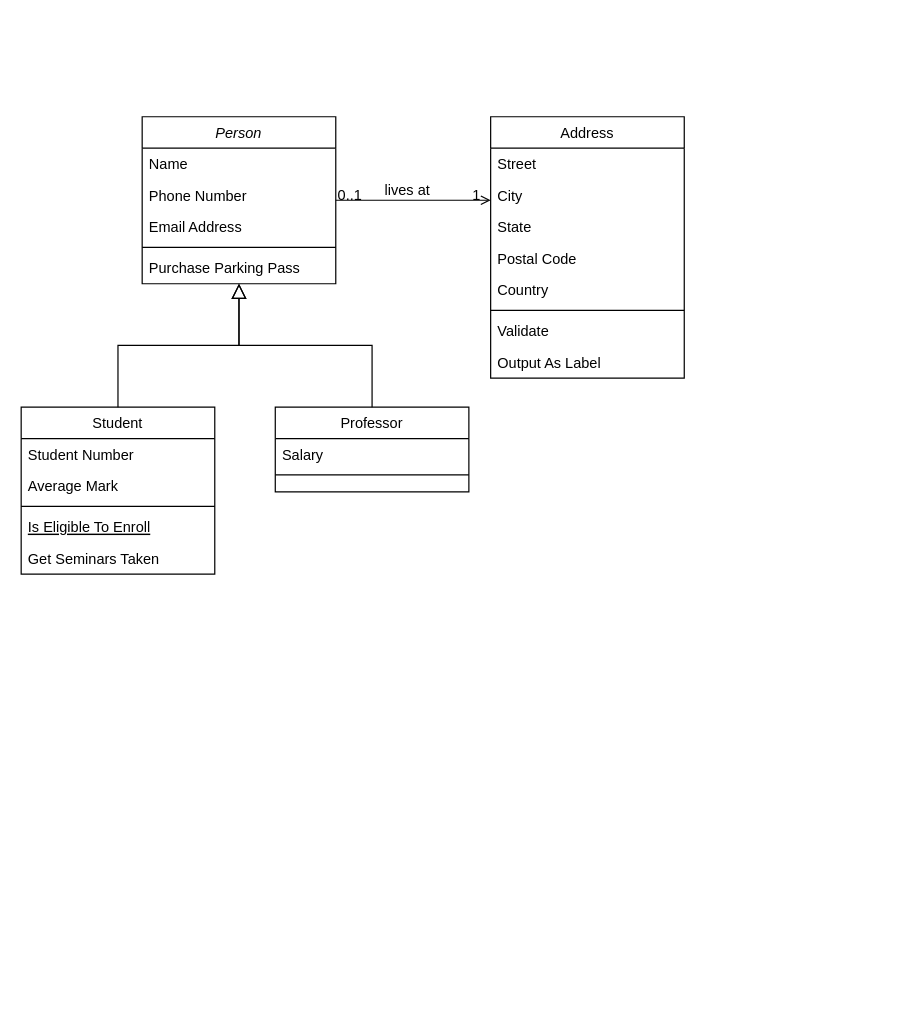
Above: class-diagram-perpus-digital.drawio in ptbubblegum/perpus_digital (draw.io), before the change. Source tidied: cells renumbered, new cells numbered last; positions are measured from the earlier drawing's top-left corner, leaving out a move shared by most shapes. Both pictures are drawn from the tidied source at 121%, with x=0, y=0 at pixel (21, 116).
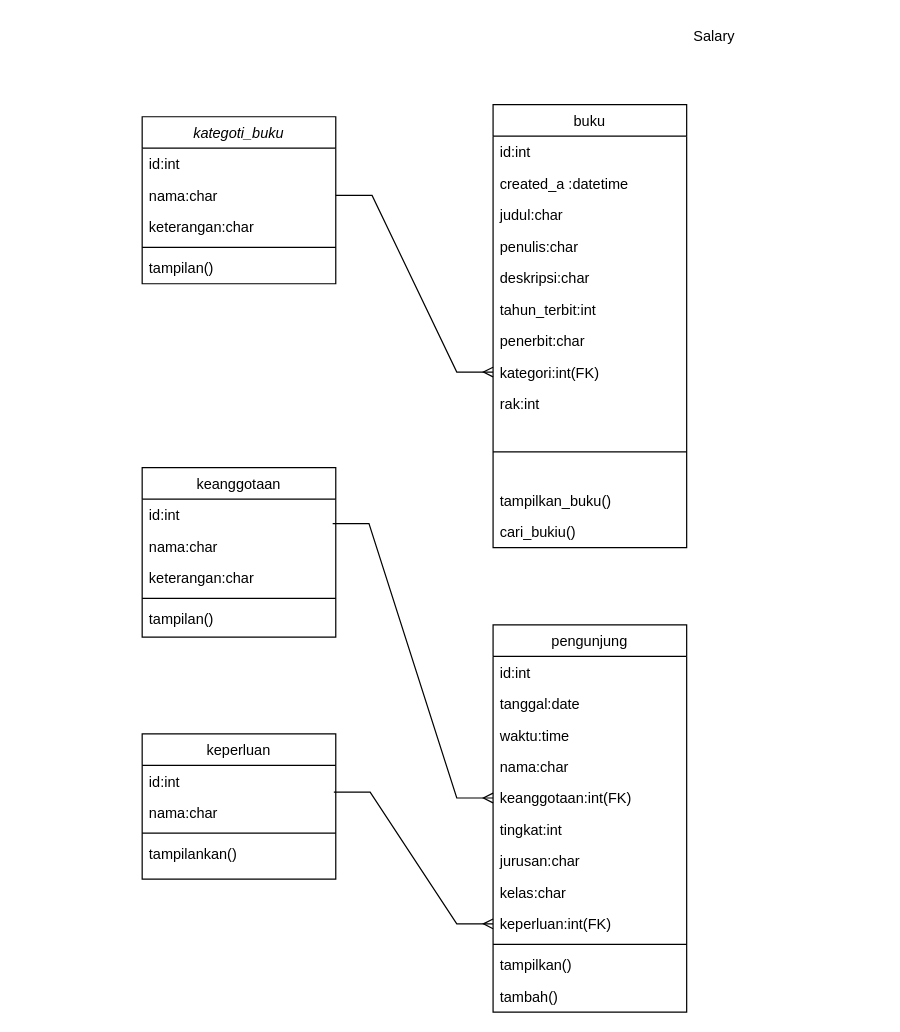
Above is the later version.

What changed in the source:
```diff
@@
-    <mxCell id="2" value="Person" style="swimlane;fontStyle=2;align=center;verticalAlign=top;horizontal=1;startSize=26;rounded=0;shadow=0;strokeWidth=1;" parent="1" vertex="1">
+    <mxCell id="2" value="kategoti_buku" style="swimlane;fontStyle=2;align=center;verticalAlign=top;horizontal=1;startSize=26;rounded=0;shadow=0;strokeWidth=1;" parent="1" vertex="1">
       <mxGeometry x="100" width="160" height="138" as="geometry" />
     </mxCell>
-    <mxCell id="3" value="Name" style="text;align=left;verticalAlign=top;spacingLeft=4;spacingRight=4;overflow=hidden;" parent="2" vertex="1">
+    <mxCell id="3" value="id:int" style="text;align=left;verticalAlign=top;spacingLeft=4;spacingRight=4;overflow=hidden;" parent="2" vertex="1">
       <mxGeometry y="26" width="160" height="26" as="geometry" />
     </mxCell>
-    <mxCell id="4" value="Phone Number" style="text;align=left;verticalAlign=top;spacingLeft=4;spacingRight=4;overflow=hidden;points=[[0,0.5],[1,0.5]];portConstraint=eastwest;rounded=0;shadow=0;html=0;" parent="2" vertex="1">
+    <mxCell id="4" value="nama:char" style="text;align=left;verticalAlign=top;spacingLeft=4;spacingRight=4;overflow=hidden;points=[[0,0.5],[1,0.5]];portConstraint=eastwest;rounded=0;shadow=0;html=0;" parent="2" vertex="1">
       <mxGeometry y="52" width="160" height="26" as="geometry" />
     </mxCell>
-    <mxCell id="5" value="Email Address" style="text;align=left;verticalAlign=top;spacingLeft=4;spacingRight=4;overflow=hidden;rounded=0;shadow=0;html=0;" parent="2" vertex="1">
+    <mxCell id="5" value="keterangan:char" style="text;align=left;verticalAlign=top;spacingLeft=4;spacingRight=4;overflow=hidden;rounded=0;shadow=0;html=0;" parent="2" vertex="1">
       <mxGeometry y="78" width="160" height="26" as="geometry" />
     </mxCell>
@@
-    <mxCell id="7" value="Purchase Parking Pass" style="text;align=left;verticalAlign=top;spacingLeft=4;spacingRight=4;overflow=hidden;" parent="2" vertex="1">
+    <mxCell id="7" value="tampilan()" style="text;align=left;verticalAlign=top;spacingLeft=4;spacingRight=4;overflow=hidden;" parent="2" vertex="1">
       <mxGeometry y="112" width="160" height="26" as="geometry" />
     </mxCell>
-    <mxCell id="8" value="Student" style="swimlane;fontStyle=0;align=center;verticalAlign=top;horizontal=1;startSize=26;rounded=0;shadow=0;strokeWidth=1;" parent="1" vertex="1">
-      <mxGeometry y="240" width="160" height="138" as="geometry" />
+    <mxCell id="8" value="keanggotaan" style="swimlane;fontStyle=0;align=center;verticalAlign=top;horizontal=1;startSize=26;rounded=0;shadow=0;strokeWidth=1;" parent="1" vertex="1">
+      <mxGeometry x="100" y="290" width="160" height="140" as="geometry" />
     </mxCell>
-    <mxCell id="9" value="Student Number" style="text;align=left;verticalAlign=top;spacingLeft=4;spacingRight=4;overflow=hidden;" parent="8" vertex="1">
-      <mxGeometry y="26" width="160" height="26" as="geometry" />
-    </mxCell>
-    <mxCell id="10" value="Average Mark" style="text;align=left;verticalAlign=top;spacingLeft=4;spacingRight=4;overflow=hidden;rounded=0;shadow=0;html=0;" parent="8" vertex="1">
-      <mxGeometry y="52" width="160" height="26" as="geometry" />
-    </mxCell>
+    <mxCell id="32" value="id:int" style="text;align=left;verticalAlign=top;spacingLeft=4;spacingRight=4;overflow=hidden;" parent="8" vertex="1">
+      <mxGeometry y="26" width="160" height="26" as="geometry" />
+    </mxCell>
+    <mxCell id="33" value="nama:char" style="text;align=left;verticalAlign=top;spacingLeft=4;spacingRight=4;overflow=hidden;points=[[0,0.5],[1,0.5]];portConstraint=eastwest;rounded=0;shadow=0;html=0;" parent="8" vertex="1">
+      <mxGeometry y="52" width="160" height="26" as="geometry" />
+    </mxCell>
+    <mxCell id="34" value="keterangan:char" style="text;align=left;verticalAlign=top;spacingLeft=4;spacingRight=4;overflow=hidden;rounded=0;shadow=0;html=0;" parent="8" vertex="1">
+      <mxGeometry y="78" width="160" height="26" as="geometry" />
+    </mxCell>
     <mxCell id="11" style="line;html=1;strokeWidth=1;align=left;verticalAlign=middle;spacingTop=-1;spacingLeft=3;spacingRight=3;labelPosition=right;" parent="8" vertex="1">
-      <mxGeometry y="78" width="160" height="8" as="geometry" />
+      <mxGeometry y="104" width="160" height="8" as="geometry" />
     </mxCell>
-    <mxCell id="12" value="Is Eligible To Enroll" style="text;align=left;verticalAlign=top;spacingLeft=4;spacingRight=4;overflow=hidden;fontStyle=4;" parent="8" vertex="1">
-      <mxGeometry y="86" width="160" height="26" as="geometry" />
-    </mxCell>
-    <mxCell id="13" value="Get Seminars Taken" style="text;align=left;verticalAlign=top;spacingLeft=4;spacingRight=4;overflow=hidden;" parent="8" vertex="1">
-      <mxGeometry y="112" width="160" height="26" as="geometry" />
-    </mxCell>
-    <mxCell id="14" style="endArrow=block;endSize=10;endFill=0;shadow=0;strokeWidth=1;rounded=0;edgeStyle=elbowEdgeStyle;elbow=vertical;" parent="1" edge="1" source="8" target="2">
-      <mxGeometry relative="1" as="geometry" />
-    </mxCell>
+    <mxCell id="35" value="tampilan()" style="text;align=left;verticalAlign=top;spacingLeft=4;spacingRight=4;overflow=hidden;" parent="8" vertex="1">
+      <mxGeometry y="112" width="160" height="26" as="geometry" />
+    </mxCell>
-    <mxCell id="15" value="Professor" style="swimlane;fontStyle=0;align=center;verticalAlign=top;horizontal=1;startSize=26;rounded=0;shadow=0;strokeWidth=1;" parent="1" vertex="1">
-      <mxGeometry x="210" y="240" width="160" height="70" as="geometry" />
+    <mxCell id="15" value="pengunjung" style="swimlane;fontStyle=0;align=center;verticalAlign=top;horizontal=1;startSize=26;rounded=0;shadow=0;strokeWidth=1;" parent="1" vertex="1">
+      <mxGeometry x="390" y="420" width="160" height="320" as="geometry" />
     </mxCell>
+    <mxCell id="36" value="id:int" style="text;align=left;verticalAlign=top;spacingLeft=4;spacingRight=4;overflow=hidden;" parent="15" vertex="1">
+      <mxGeometry y="26" width="160" height="26" as="geometry" />
+    </mxCell>
+    <mxCell id="37" value="tanggal:date" style="text;align=left;verticalAlign=top;spacingLeft=4;spacingRight=4;overflow=hidden;" parent="15" vertex="1">
+      <mxGeometry y="52" width="160" height="26" as="geometry" />
+    </mxCell>
+    <mxCell id="38" value="waktu:time" style="text;align=left;verticalAlign=top;spacingLeft=4;spacingRight=4;overflow=hidden;" parent="15" vertex="1">
+      <mxGeometry y="78" width="160" height="26" as="geometry" />
+    </mxCell>
+    <mxCell id="39" value="nama:char" style="text;align=left;verticalAlign=top;spacingLeft=4;spacingRight=4;overflow=hidden;" parent="15" vertex="1">
+      <mxGeometry y="104" width="160" height="26" as="geometry" />
+    </mxCell>
+    <mxCell id="40" value="keanggotaan:int(FK)" style="text;align=left;verticalAlign=top;spacingLeft=4;spacingRight=4;overflow=hidden;points=[[0,0.5],[1,0.5]];portConstraint=eastwest;" parent="15" vertex="1">
+      <mxGeometry y="130" width="160" height="26" as="geometry" />
+    </mxCell>
+    <mxCell id="41" value="tingkat:int" style="text;align=left;verticalAlign=top;spacingLeft=4;spacingRight=4;overflow=hidden;" parent="15" vertex="1">
+      <mxGeometry y="156" width="160" height="26" as="geometry" />
+    </mxCell>
+    <mxCell id="42" value="jurusan:char" style="text;align=left;verticalAlign=top;spacingLeft=4;spacingRight=4;overflow=hidden;" parent="15" vertex="1">
+      <mxGeometry y="182" width="160" height="26" as="geometry" />
+    </mxCell>
+    <mxCell id="43" value="kelas:char" style="text;align=left;verticalAlign=top;spacingLeft=4;spacingRight=4;overflow=hidden;" parent="15" vertex="1">
+      <mxGeometry y="208" width="160" height="26" as="geometry" />
+    </mxCell>
-    <mxCell id="16" value="Salary" style="text;align=left;verticalAlign=top;spacingLeft=4;spacingRight=4;overflow=hidden;points=[[0,0.5],[1,0.5]];portConstraint=eastwest;" parent="15" vertex="1">
-      <mxGeometry y="26" width="160" height="26" as="geometry" />
+    <mxCell id="16" value="keperluan:int(FK)" style="text;align=left;verticalAlign=top;spacingLeft=4;spacingRight=4;overflow=hidden;points=[[0,0.5],[1,0.5]];portConstraint=eastwest;" parent="15" vertex="1">
+      <mxGeometry y="234" width="160" height="26" as="geometry" />
     </mxCell>
     <mxCell id="17" style="line;html=1;strokeWidth=1;align=left;verticalAlign=middle;spacingTop=-1;spacingLeft=3;spacingRight=3;labelPosition=right;" parent="15" vertex="1">
-      <mxGeometry y="52" width="160" height="8" as="geometry" />
+      <mxGeometry y="260" width="160" height="8" as="geometry" />
     </mxCell>
-    <mxCell id="18" style="endArrow=block;endSize=10;endFill=0;shadow=0;strokeWidth=1;rounded=0;edgeStyle=elbowEdgeStyle;elbow=vertical;" parent="1" edge="1" source="15" target="2">
-      <mxGeometry relative="1" as="geometry" />
-    </mxCell>
+    <mxCell id="44" value="tampilkan()" style="text;align=left;verticalAlign=top;spacingLeft=4;spacingRight=4;overflow=hidden;" parent="15" vertex="1">
+      <mxGeometry y="268" width="160" height="26" as="geometry" />
+    </mxCell>
+    <mxCell id="45" value="tambah()" style="text;align=left;verticalAlign=top;spacingLeft=4;spacingRight=4;overflow=hidden;" parent="15" vertex="1">
+      <mxGeometry y="294" width="160" height="26" as="geometry" />
+    </mxCell>
-    <mxCell id="19" value="Address" style="swimlane;fontStyle=0;align=center;verticalAlign=top;horizontal=1;startSize=26;rounded=0;shadow=0;strokeWidth=1;" parent="1" vertex="1">
-      <mxGeometry x="388" width="160" height="216" as="geometry" />
+    <mxCell id="19" value="buku" style="swimlane;fontStyle=0;align=center;verticalAlign=top;horizontal=1;startSize=26;rounded=0;shadow=0;strokeWidth=1;" parent="1" vertex="1">
+      <mxGeometry x="390" y="-10" width="160" height="366" as="geometry" />
     </mxCell>
-    <mxCell id="20" value="Street" style="text;align=left;verticalAlign=top;spacingLeft=4;spacingRight=4;overflow=hidden;" parent="19" vertex="1">
+    <mxCell id="20" value="id:int" style="text;align=left;verticalAlign=top;spacingLeft=4;spacingRight=4;overflow=hidden;" parent="19" vertex="1">
       <mxGeometry y="26" width="160" height="26" as="geometry" />
     </mxCell>
-    <mxCell id="21" value="City" style="text;align=left;verticalAlign=top;spacingLeft=4;spacingRight=4;overflow=hidden;rounded=0;shadow=0;html=0;" parent="19" vertex="1">
+    <mxCell id="21" value="created_a :datetime" style="text;align=left;verticalAlign=top;spacingLeft=4;spacingRight=4;overflow=hidden;rounded=0;shadow=0;html=0;" parent="19" vertex="1">
       <mxGeometry y="52" width="160" height="26" as="geometry" />
     </mxCell>
-    <mxCell id="22" value="State" style="text;align=left;verticalAlign=top;spacingLeft=4;spacingRight=4;overflow=hidden;rounded=0;shadow=0;html=0;" parent="19" vertex="1">
+    <mxCell id="22" value="judul:char" style="text;align=left;verticalAlign=top;spacingLeft=4;spacingRight=4;overflow=hidden;rounded=0;shadow=0;html=0;" parent="19" vertex="1">
       <mxGeometry y="78" width="160" height="26" as="geometry" />
     </mxCell>
-    <mxCell id="23" value="Postal Code" style="text;align=left;verticalAlign=top;spacingLeft=4;spacingRight=4;overflow=hidden;rounded=0;shadow=0;html=0;" parent="19" vertex="1">
+    <mxCell id="23" value="penulis:char" style="text;align=left;verticalAlign=top;spacingLeft=4;spacingRight=4;overflow=hidden;rounded=0;shadow=0;html=0;" parent="19" vertex="1">
       <mxGeometry y="104" width="160" height="26" as="geometry" />
     </mxCell>
-    <mxCell id="24" value="Country" style="text;align=left;verticalAlign=top;spacingLeft=4;spacingRight=4;overflow=hidden;rounded=0;shadow=0;html=0;" parent="19" vertex="1">
+    <mxCell id="24" value="deskripsi:char" style="text;align=left;verticalAlign=top;spacingLeft=4;spacingRight=4;overflow=hidden;rounded=0;shadow=0;html=0;" parent="19" vertex="1">
       <mxGeometry y="130" width="160" height="26" as="geometry" />
     </mxCell>
+    <mxCell id="46" value="tahun_terbit:int" style="text;align=left;verticalAlign=top;spacingLeft=4;spacingRight=4;overflow=hidden;rounded=0;shadow=0;html=0;" parent="19" vertex="1">
+      <mxGeometry y="156" width="160" height="26" as="geometry" />
+    </mxCell>
+    <mxCell id="47" value="penerbit:char" style="text;align=left;verticalAlign=top;spacingLeft=4;spacingRight=4;overflow=hidden;rounded=0;shadow=0;html=0;" parent="19" vertex="1">
+      <mxGeometry y="182" width="160" height="26" as="geometry" />
+    </mxCell>
+    <mxCell id="48" value="kategori:int(FK)" style="text;align=left;verticalAlign=top;spacingLeft=4;spacingRight=4;overflow=hidden;points=[[0,0.5],[1,0.5]];portConstraint=eastwest;rounded=0;shadow=0;html=0;" parent="19" vertex="1">
+      <mxGeometry y="208" width="160" height="26" as="geometry" />
+    </mxCell>
+    <mxCell id="49" value="rak:int" style="text;align=left;verticalAlign=top;spacingLeft=4;spacingRight=4;overflow=hidden;rounded=0;shadow=0;html=0;" parent="19" vertex="1">
+      <mxGeometry y="234" width="160" height="26" as="geometry" />
+    </mxCell>
     <mxCell id="25" style="line;html=1;strokeWidth=1;align=left;verticalAlign=middle;spacingTop=-1;spacingLeft=3;spacingRight=3;labelPosition=right;" parent="19" vertex="1">
-      <mxGeometry y="156" width="160" height="8" as="geometry" />
+      <mxGeometry y="260" width="160" height="54" as="geometry" />
     </mxCell>
-    <mxCell id="26" value="Validate" style="text;align=left;verticalAlign=top;spacingLeft=4;spacingRight=4;overflow=hidden;" parent="19" vertex="1">
-      <mxGeometry y="164" width="160" height="26" as="geometry" />
+    <mxCell id="26" value="tampilkan_buku()" style="text;align=left;verticalAlign=top;spacingLeft=4;spacingRight=4;overflow=hidden;" parent="19" vertex="1">
+      <mxGeometry y="314" width="160" height="26" as="geometry" />
     </mxCell>
-    <mxCell id="27" value="Output As Label" style="text;align=left;verticalAlign=top;spacingLeft=4;spacingRight=4;overflow=hidden;" parent="19" vertex="1">
-      <mxGeometry y="190" width="160" height="26" as="geometry" />
+    <mxCell id="27" value="cari_bukiu()" style="text;align=left;verticalAlign=top;spacingLeft=4;spacingRight=4;overflow=hidden;" parent="19" vertex="1">
+      <mxGeometry y="340" width="160" height="26" as="geometry" />
     </mxCell>
-    <mxCell id="28" style="endArrow=open;shadow=0;strokeWidth=1;rounded=0;endFill=1;edgeStyle=elbowEdgeStyle;elbow=vertical;" parent="1" edge="1" source="2" target="19">
-      <mxGeometry x="0.5" y="41" relative="1" as="geometry">
-        <mxPoint x="-40" y="32" as="offset" />
-      </mxGeometry>
-    </mxCell>
-    <mxCell id="29" value="0..1" style="align=left;verticalAlign=bottom;labelBackgroundColor=none;fontSize=12;" parent="28" vertex="1">
-      <mxGeometry x="-1" relative="1" as="geometry">
-        <mxPoint y="4" as="offset" />
-      </mxGeometry>
-    </mxCell>
-    <mxCell id="30" value="1" style="align=right;verticalAlign=bottom;labelBackgroundColor=none;fontSize=12;" parent="28" vertex="1">
-      <mxGeometry x="1" relative="1" as="geometry">
-        <mxPoint x="-7" y="4" as="offset" />
-      </mxGeometry>
-    </mxCell>
-    <mxCell id="31" value="lives at" style="text;html=1;align=center;verticalAlign=middle;labelBackgroundColor=none;rounded=0;shadow=0;strokeWidth=1;fontSize=12;" parent="28" vertex="1">
-      <mxGeometry x="0.5" y="49" relative="1" as="geometry">
-        <mxPoint x="-38" y="40" as="offset" />
-      </mxGeometry>
-    </mxCell>
+    <mxCell id="50" value="Salary" style="text;align=left;verticalAlign=top;spacingLeft=4;spacingRight=4;overflow=hidden;" parent="1" vertex="1">
+      <mxGeometry x="550" y="-80" width="160" height="26" as="geometry" />
+    </mxCell>
+    <mxCell id="51" style="edgeStyle=entityRelationEdgeStyle;fontSize=12;html=1;endArrow=ERmany;rounded=0;exitX=1;exitY=0.5;exitDx=0;exitDy=0;entryX=0;entryY=0.5;entryDx=0;entryDy=0;" parent="1" edge="1" source="4" target="48">
+      <mxGeometry relative="1" as="geometry" />
+    </mxCell>
+    <mxCell id="52" value="keperluan" style="swimlane;fontStyle=0;align=center;verticalAlign=top;horizontal=1;startSize=26;rounded=0;shadow=0;strokeWidth=1;" parent="1" vertex="1">
+      <mxGeometry x="100" y="510" width="160" height="120" as="geometry" />
+    </mxCell>
+    <mxCell id="53" value="id:int" style="text;align=left;verticalAlign=top;spacingLeft=4;spacingRight=4;overflow=hidden;" parent="52" vertex="1">
+      <mxGeometry y="26" width="160" height="26" as="geometry" />
+    </mxCell>
+    <mxCell id="54" value="nama:char" style="text;align=left;verticalAlign=top;spacingLeft=4;spacingRight=4;overflow=hidden;points=[[0,0.5],[1,0.5]];portConstraint=eastwest;rounded=0;shadow=0;html=0;" parent="52" vertex="1">
+      <mxGeometry y="52" width="160" height="26" as="geometry" />
+    </mxCell>
+    <mxCell id="55" style="line;html=1;strokeWidth=1;align=left;verticalAlign=middle;spacingTop=-1;spacingLeft=3;spacingRight=3;labelPosition=right;" parent="52" vertex="1">
+      <mxGeometry y="78" width="160" height="8" as="geometry" />
+    </mxCell>
+    <mxCell id="56" value="tampilankan()" style="text;align=left;verticalAlign=top;spacingLeft=4;spacingRight=4;overflow=hidden;" parent="52" vertex="1">
+      <mxGeometry y="86" width="160" height="26" as="geometry" />
+    </mxCell>
+    <mxCell id="57" style="edgeStyle=entityRelationEdgeStyle;fontSize=12;html=1;endArrow=ERmany;rounded=0;exitX=0.984;exitY=-0.222;exitDx=0;exitDy=0;entryX=0;entryY=0.5;entryDx=0;entryDy=0;exitPerimeter=0;" parent="1" edge="1" source="33" target="40">
+      <mxGeometry relative="1" as="geometry" />
+    </mxCell>
+    <mxCell id="58" style="edgeStyle=entityRelationEdgeStyle;fontSize=12;html=1;endArrow=ERmany;rounded=0;exitX=0.99;exitY=-0.148;exitDx=0;exitDy=0;entryX=0;entryY=0.5;entryDx=0;entryDy=0;exitPerimeter=0;" parent="1" edge="1" source="54" target="16">
+      <mxGeometry relative="1" as="geometry" />
+    </mxCell>
```
